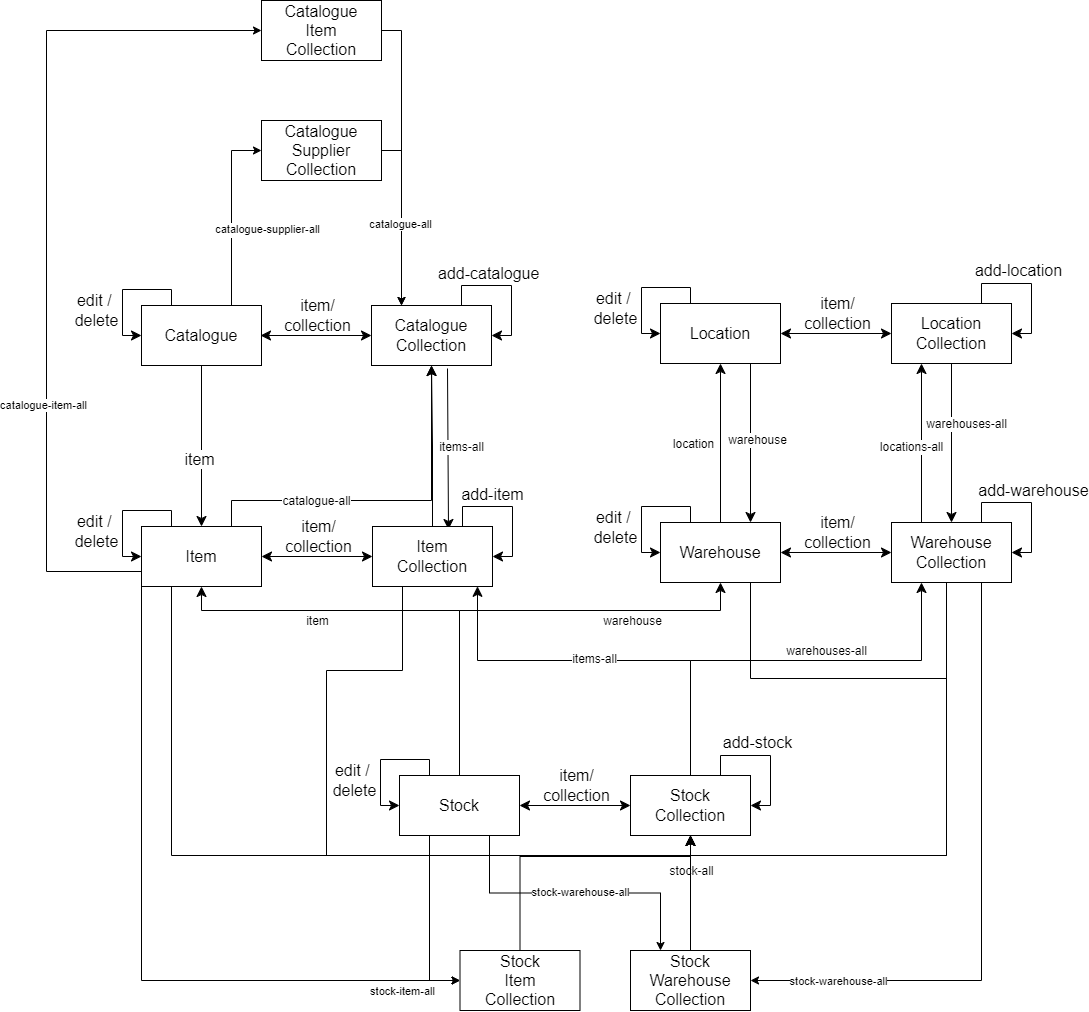
Above: images/Inventory_hypermedia.drawio.png in khacha329/PWP_CrustyCrabs (draw.io), before the change. Source tidied: cells renumbered, new cells last; positions are measured from the earlier drawing's top-left corner, leaving out a move shared by most shapes.
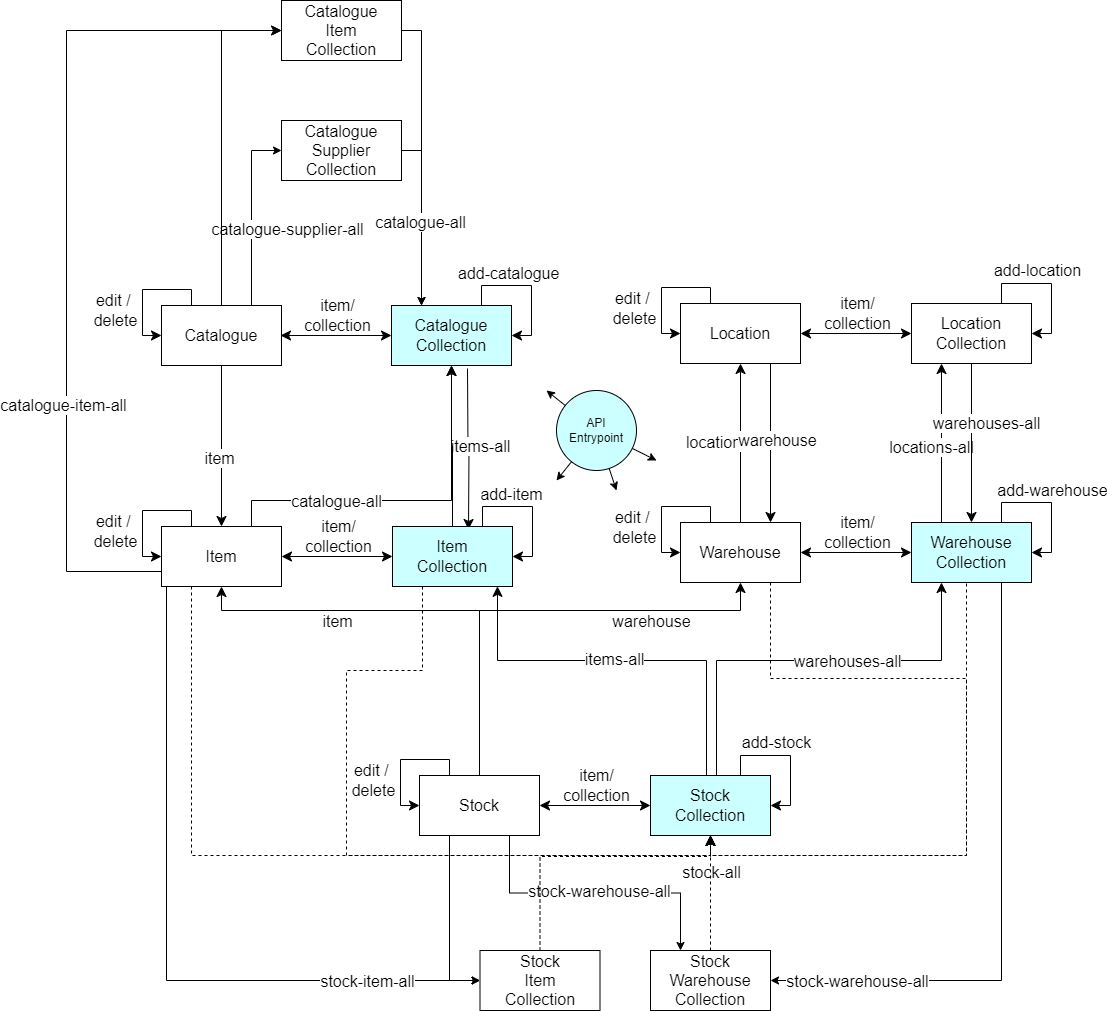
Above is the later version.

Commit message:
updated hypermedia diagram

The edit, as a diff of the source:
```diff
@@ -10,3 +10,3 @@
     </mxCell>
-    <mxCell id="3" value="items-all" style="edgeLabel;html=1;align=center;verticalAlign=middle;fontFamily=Helvetica;fontSize=12;fontColor=default;" parent="2" vertex="1">
+    <mxCell id="3" value="&lt;font style=&quot;font-size: 16px;&quot;&gt;items-all&lt;/font&gt;" style="edgeLabel;html=1;align=center;verticalAlign=middle;fontFamily=Helvetica;fontSize=12;fontColor=default;" parent="2" vertex="1">
       <mxGeometry x="-0.04" y="2" relative="1" as="geometry">
@@ -15,3 +15,3 @@
     </mxCell>
-    <mxCell id="4" value="Catalogue&lt;br&gt;Collection" style="rounded=0;whiteSpace=wrap;html=1;fontSize=16;" parent="1" vertex="1">
+    <mxCell id="4" value="Catalogue&lt;br&gt;Collection" style="rounded=0;whiteSpace=wrap;html=1;fontSize=16;fillColor=#CCFFFF;" parent="1" vertex="1">
       <mxGeometry x="325" y="305" width="120" height="60" as="geometry" />
@@ -36,6 +36,6 @@
     </mxCell>
-    <mxCell id="8" value="catalogue-all" style="edgeLabel;html=1;align=center;verticalAlign=middle;fontFamily=Helvetica;fontSize=12;fontColor=default;" parent="7" vertex="1">
+    <mxCell id="8" value="&lt;font style=&quot;font-size: 16px;&quot;&gt;catalogue-all&lt;/font&gt;" style="edgeLabel;html=1;align=center;verticalAlign=middle;fontFamily=Helvetica;fontSize=12;fontColor=default;" parent="7" vertex="1">
       <mxGeometry x="-0.39" relative="1" as="geometry" />
     </mxCell>
-    <mxCell id="9" style="edgeStyle=orthogonalEdgeStyle;shape=connector;rounded=0;jettySize=auto;html=1;exitX=0.25;exitY=1;exitDx=0;exitDy=0;entryX=0.5;entryY=1;entryDx=0;entryDy=0;labelBackgroundColor=default;strokeColor=default;align=center;verticalAlign=middle;fontFamily=Helvetica;fontSize=12;fontColor=default;endArrow=classic;startSize=8;endSize=8;" parent="1" edge="1" source="14" target="70">
+    <mxCell id="9" style="edgeStyle=orthogonalEdgeStyle;shape=connector;rounded=0;jettySize=auto;html=1;exitX=0.25;exitY=1;exitDx=0;exitDy=0;entryX=0.5;entryY=1;entryDx=0;entryDy=0;labelBackgroundColor=default;strokeColor=default;align=center;verticalAlign=middle;fontFamily=Helvetica;fontSize=12;fontColor=default;endArrow=classic;startSize=8;endSize=8;dashed=1;" parent="1" edge="1" source="14" target="70">
       <mxGeometry relative="1" as="geometry" />
@@ -50,3 +50,3 @@
     </mxCell>
-    <mxCell id="11" value="catalogue-item-all" style="edgeLabel;html=1;align=center;verticalAlign=middle;" parent="10" vertex="1">
+    <mxCell id="11" value="&lt;font style=&quot;font-size: 16px;&quot;&gt;catalogue-item-all&lt;/font&gt;" style="edgeLabel;html=1;align=center;verticalAlign=middle;" parent="10" vertex="1">
       <mxGeometry x="-0.38" y="4" relative="1" as="geometry" />
@@ -54,7 +54,12 @@
     <mxCell id="12" style="edgeStyle=orthogonalEdgeStyle;rounded=0;jettySize=auto;html=1;exitX=0;exitY=1;exitDx=0;exitDy=0;entryX=0;entryY=0.5;entryDx=0;entryDy=0;" parent="1" edge="1" source="14" target="90">
-      <mxGeometry relative="1" as="geometry" />
+      <mxGeometry relative="1" as="geometry">
+        <Array as="points">
+          <mxPoint x="100" y="586" />
+          <mxPoint x="100" y="980" />
+        </Array>
+      </mxGeometry>
     </mxCell>
-    <mxCell id="13" value="stock-item-all" style="edgeLabel;html=1;align=center;verticalAlign=middle;" parent="12" vertex="1">
+    <mxCell id="13" value="&lt;font style=&quot;font-size: 16px;&quot;&gt;stock-item-all&lt;/font&gt;" style="edgeLabel;html=1;align=center;verticalAlign=middle;" parent="12" vertex="1">
       <mxGeometry x="0.86" relative="1" as="geometry">
-        <mxPoint x="-9" y="10" as="offset" />
+        <mxPoint x="-64" as="offset" />
       </mxGeometry>
@@ -67,3 +72,3 @@
     </mxCell>
-    <mxCell id="16" style="edgeStyle=orthogonalEdgeStyle;shape=connector;rounded=0;jettySize=auto;html=1;exitX=0.25;exitY=1;exitDx=0;exitDy=0;entryX=0.5;entryY=1;entryDx=0;entryDy=0;labelBackgroundColor=default;strokeColor=default;align=center;verticalAlign=middle;fontFamily=Helvetica;fontSize=12;fontColor=default;endArrow=classic;startSize=8;endSize=8;" parent="1" edge="1" source="17" target="70">
+    <mxCell id="16" style="edgeStyle=orthogonalEdgeStyle;shape=connector;rounded=0;jettySize=auto;html=1;exitX=0.25;exitY=1;exitDx=0;exitDy=0;entryX=0.5;entryY=1;entryDx=0;entryDy=0;labelBackgroundColor=default;strokeColor=default;align=center;verticalAlign=middle;fontFamily=Helvetica;fontSize=12;fontColor=default;endArrow=classic;startSize=8;endSize=8;dashed=1;" parent="1" edge="1" source="17" target="70">
       <mxGeometry relative="1" as="geometry">
@@ -77,3 +82,3 @@
     </mxCell>
-    <mxCell id="17" value="Item&lt;br&gt;Collection" style="rounded=0;whiteSpace=wrap;html=1;fontSize=16;" parent="1" vertex="1">
+    <mxCell id="17" value="Item&lt;br&gt;Collection" style="rounded=0;whiteSpace=wrap;html=1;fontSize=16;fillColor=#CCFFFF;" parent="1" vertex="1">
       <mxGeometry x="326" y="526" width="120" height="60" as="geometry" />
@@ -118,3 +123,3 @@
     </mxCell>
-    <mxCell id="26" value="catalogue-supplier-all" style="edgeLabel;html=1;align=center;verticalAlign=middle;" parent="24" vertex="1">
+    <mxCell id="26" value="&lt;font style=&quot;font-size: 16px;&quot;&gt;catalogue-supplier-all&lt;/font&gt;" style="edgeLabel;html=1;align=center;verticalAlign=middle;" parent="24" vertex="1">
       <mxGeometry x="-0.16" y="-4" relative="1" as="geometry">
@@ -123,2 +128,5 @@
     </mxCell>
+    <mxCell id="93" style="edgeStyle=orthogonalEdgeStyle;rounded=0;jettySize=auto;html=1;exitX=0.5;exitY=0;exitDx=0;exitDy=0;entryX=0;entryY=0.5;entryDx=0;entryDy=0;fontSize=12;startSize=8;endSize=8;" parent="1" edge="1" source="27" target="83">
+      <mxGeometry relative="1" as="geometry" />
+    </mxCell>
     <mxCell id="27" value="Catalogue" style="rounded=0;whiteSpace=wrap;html=1;fontSize=16;" parent="1" vertex="1">
@@ -160,3 +168,3 @@
     </mxCell>
-    <mxCell id="36" value="Warehouse&lt;br&gt;Collection" style="rounded=0;whiteSpace=wrap;html=1;fontSize=16;" parent="34" vertex="1">
+    <mxCell id="36" value="Warehouse&lt;br&gt;Collection" style="rounded=0;whiteSpace=wrap;html=1;fontSize=16;fillColor=#CCFFFF;" parent="34" vertex="1">
       <mxGeometry x="250" y="16" width="120" height="60" as="geometry" />
@@ -235,3 +243,3 @@
     </mxCell>
-    <mxCell id="53" value="location" style="edgeLabel;html=1;align=center;verticalAlign=middle;fontFamily=Helvetica;fontSize=12;fontColor=default;" parent="52" vertex="1">
+    <mxCell id="53" value="&lt;font style=&quot;font-size: 16px;&quot;&gt;location&lt;/font&gt;" style="edgeLabel;html=1;align=center;verticalAlign=middle;fontFamily=Helvetica;fontSize=12;fontColor=default;" parent="52" vertex="1">
       <mxGeometry x="-0.01" relative="1" as="geometry">
@@ -243,3 +251,3 @@
     </mxCell>
-    <mxCell id="55" value="warehouse" style="edgeLabel;html=1;align=center;verticalAlign=middle;fontFamily=Helvetica;fontSize=12;fontColor=default;" parent="54" vertex="1">
+    <mxCell id="55" value="&lt;font style=&quot;font-size: 16px;&quot;&gt;warehouse&lt;/font&gt;" style="edgeLabel;html=1;align=center;verticalAlign=middle;fontFamily=Helvetica;fontSize=12;fontColor=default;" parent="54" vertex="1">
       <mxGeometry x="-0.08" y="-1" relative="1" as="geometry">
@@ -251,3 +259,3 @@
     </mxCell>
-    <mxCell id="57" value="locations-all" style="edgeLabel;html=1;align=center;verticalAlign=middle;fontFamily=Helvetica;fontSize=12;fontColor=default;" parent="56" vertex="1">
+    <mxCell id="57" value="&lt;font style=&quot;font-size: 16px;&quot;&gt;locations-all&lt;/font&gt;" style="edgeLabel;html=1;align=center;verticalAlign=middle;fontFamily=Helvetica;fontSize=12;fontColor=default;" parent="56" vertex="1">
       <mxGeometry x="-0.05" relative="1" as="geometry">
@@ -259,3 +267,3 @@
     </mxCell>
-    <mxCell id="59" value="warehouses-all" style="edgeLabel;html=1;align=center;verticalAlign=middle;fontFamily=Helvetica;fontSize=12;fontColor=default;" parent="58" vertex="1">
+    <mxCell id="59" value="&lt;font style=&quot;font-size: 16px;&quot;&gt;warehouses-all&lt;/font&gt;" style="edgeLabel;html=1;align=center;verticalAlign=middle;fontFamily=Helvetica;fontSize=12;fontColor=default;" parent="58" vertex="1">
       <mxGeometry x="-0.22" y="-2" relative="1" as="geometry">
@@ -272,3 +280,3 @@
     </mxCell>
-    <mxCell id="61" value="item" style="edgeLabel;html=1;align=center;verticalAlign=middle;fontFamily=Helvetica;fontSize=12;fontColor=default;" parent="60" vertex="1">
+    <mxCell id="61" value="&lt;font style=&quot;font-size: 16px;&quot;&gt;item&lt;/font&gt;" style="edgeLabel;html=1;align=center;verticalAlign=middle;fontFamily=Helvetica;fontSize=12;fontColor=default;" parent="60" vertex="1">
       <mxGeometry x="-0.01" y="-2" relative="1" as="geometry">
@@ -285,3 +293,3 @@
     </mxCell>
-    <mxCell id="63" value="warehouse" style="edgeLabel;html=1;align=center;verticalAlign=middle;fontFamily=Helvetica;fontSize=12;fontColor=default;" parent="62" vertex="1">
+    <mxCell id="63" value="&lt;font style=&quot;font-size: 16px;&quot;&gt;warehouse&lt;/font&gt;" style="edgeLabel;html=1;align=center;verticalAlign=middle;fontFamily=Helvetica;fontSize=12;fontColor=default;" parent="62" vertex="1">
       <mxGeometry x="0.62" y="3" relative="1" as="geometry">
@@ -296,3 +304,3 @@
     </mxCell>
-    <mxCell id="66" value="stock-warehouse-all" style="edgeLabel;html=1;align=center;verticalAlign=middle;" parent="65" vertex="1">
+    <mxCell id="66" value="&lt;font style=&quot;font-size: 16px;&quot;&gt;stock-warehouse-all&lt;/font&gt;" style="edgeLabel;html=1;align=center;verticalAlign=middle;" parent="65" vertex="1">
       <mxGeometry x="0.03" y="2" relative="1" as="geometry" />
@@ -305,3 +313,4 @@
         <Array as="points">
-          <mxPoint x="644" y="660" />
+          <mxPoint x="650" y="775" />
+          <mxPoint x="650" y="660" />
           <mxPoint x="875" y="660" />
@@ -310,8 +319,8 @@
     </mxCell>
-    <mxCell id="69" value="warehouses-all" style="edgeLabel;html=1;align=center;verticalAlign=middle;fontFamily=Helvetica;fontSize=12;fontColor=default;" parent="68" vertex="1">
+    <mxCell id="69" value="&lt;font style=&quot;font-size: 16px;&quot;&gt;warehouses-all&lt;/font&gt;" style="edgeLabel;html=1;align=center;verticalAlign=middle;fontFamily=Helvetica;fontSize=12;fontColor=default;" parent="68" vertex="1">
       <mxGeometry x="0.15" y="4" relative="1" as="geometry">
-        <mxPoint x="7" y="-6" as="offset" />
+        <mxPoint x="7" y="4" as="offset" />
       </mxGeometry>
     </mxCell>
-    <mxCell id="70" value="Stock&lt;br&gt;Collection" style="rounded=0;whiteSpace=wrap;html=1;fontSize=16;" parent="1" vertex="1">
+    <mxCell id="70" value="Stock&lt;br&gt;Collection" style="rounded=0;whiteSpace=wrap;html=1;fontSize=16;fillColor=#CCFFFF;" parent="1" vertex="1">
       <mxGeometry x="584" y="775" width="120" height="60" as="geometry" />
@@ -348,3 +357,3 @@
     </mxCell>
-    <mxCell id="77" style="edgeStyle=orthogonalEdgeStyle;shape=connector;rounded=0;jettySize=auto;html=1;exitX=0.5;exitY=1;exitDx=0;exitDy=0;entryX=0.5;entryY=1;entryDx=0;entryDy=0;labelBackgroundColor=default;strokeColor=default;align=center;verticalAlign=middle;fontFamily=Helvetica;fontSize=12;fontColor=default;endArrow=classic;startSize=8;endSize=8;" parent="1" edge="1" source="36" target="70">
+    <mxCell id="77" style="edgeStyle=orthogonalEdgeStyle;shape=connector;rounded=0;jettySize=auto;html=1;exitX=0.5;exitY=1;exitDx=0;exitDy=0;entryX=0.5;entryY=1;entryDx=0;entryDy=0;labelBackgroundColor=default;strokeColor=default;align=center;verticalAlign=middle;fontFamily=Helvetica;fontSize=12;fontColor=default;endArrow=classic;startSize=8;endSize=8;dashed=1;" parent="1" edge="1" source="36" target="70">
       <mxGeometry relative="1" as="geometry">
@@ -357,3 +366,3 @@
     </mxCell>
-    <mxCell id="78" value="stock-all" style="edgeLabel;html=1;align=center;verticalAlign=middle;fontFamily=Helvetica;fontSize=12;fontColor=default;" parent="77" vertex="1">
+    <mxCell id="78" value="&lt;font style=&quot;font-size: 16px;&quot;&gt;stock-all&lt;/font&gt;" style="edgeLabel;html=1;align=center;verticalAlign=middle;fontFamily=Helvetica;fontSize=12;fontColor=default;" parent="77" vertex="1">
       <mxGeometry x="0.94" y="1" relative="1" as="geometry">
@@ -362,3 +371,3 @@
     </mxCell>
-    <mxCell id="79" style="edgeStyle=orthogonalEdgeStyle;shape=connector;rounded=0;jettySize=auto;html=1;exitX=0.75;exitY=1;exitDx=0;exitDy=0;entryX=0.5;entryY=1;entryDx=0;entryDy=0;labelBackgroundColor=default;strokeColor=default;align=center;verticalAlign=middle;fontFamily=Helvetica;fontSize=12;fontColor=default;endArrow=classic;startSize=8;endSize=8;" parent="1" edge="1" source="35" target="70">
+    <mxCell id="79" style="edgeStyle=orthogonalEdgeStyle;shape=connector;rounded=0;jettySize=auto;html=1;exitX=0.75;exitY=1;exitDx=0;exitDy=0;entryX=0.5;entryY=1;entryDx=0;entryDy=0;labelBackgroundColor=default;strokeColor=default;align=center;verticalAlign=middle;fontFamily=Helvetica;fontSize=12;fontColor=default;endArrow=classic;startSize=8;endSize=8;dashed=1;" parent="1" edge="1" source="35" target="70">
       <mxGeometry relative="1" as="geometry">
@@ -375,3 +384,4 @@
         <Array as="points">
-          <mxPoint x="644" y="660" />
+          <mxPoint x="640" y="775" />
+          <mxPoint x="640" y="660" />
           <mxPoint x="431" y="660" />
@@ -380,3 +390,3 @@
     </mxCell>
-    <mxCell id="81" value="items-all" style="edgeLabel;html=1;align=center;verticalAlign=middle;fontFamily=Helvetica;fontSize=12;fontColor=default;" parent="80" vertex="1">
+    <mxCell id="81" value="&lt;font style=&quot;font-size: 16px;&quot;&gt;items-all&lt;/font&gt;" style="edgeLabel;html=1;align=center;verticalAlign=middle;fontFamily=Helvetica;fontSize=12;fontColor=default;" parent="80" vertex="1">
       <mxGeometry x="0.05" y="-2" relative="1" as="geometry" />
@@ -392,3 +402,3 @@
     </mxCell>
-    <mxCell id="85" value="catalogue-all" style="edgeLabel;html=1;align=center;verticalAlign=middle;" parent="84" vertex="1">
+    <mxCell id="85" value="&lt;font style=&quot;font-size: 16px;&quot;&gt;catalogue-all&lt;/font&gt;" style="edgeLabel;html=1;align=center;verticalAlign=middle;" parent="84" vertex="1">
       <mxGeometry x="0.04" relative="1" as="geometry">
@@ -400,3 +410,3 @@
     </mxCell>
-    <mxCell id="87" style="edgeStyle=orthogonalEdgeStyle;rounded=0;jettySize=auto;html=1;exitX=0.5;exitY=0;exitDx=0;exitDy=0;entryX=0.5;entryY=1;entryDx=0;entryDy=0;" parent="1" edge="1" source="88" target="70">
+    <mxCell id="87" style="edgeStyle=orthogonalEdgeStyle;rounded=0;jettySize=auto;html=1;exitX=0.5;exitY=0;exitDx=0;exitDy=0;entryX=0.5;entryY=1;entryDx=0;entryDy=0;dashed=1;" parent="1" edge="1" source="88" target="70">
       <mxGeometry relative="1" as="geometry" />
@@ -406,3 +416,3 @@
     </mxCell>
-    <mxCell id="89" style="edgeStyle=orthogonalEdgeStyle;rounded=0;jettySize=auto;html=1;exitX=0.5;exitY=0;exitDx=0;exitDy=0;" parent="1" edge="1" source="90" target="70">
+    <mxCell id="89" style="edgeStyle=orthogonalEdgeStyle;rounded=0;jettySize=auto;html=1;exitX=0.5;exitY=0;exitDx=0;exitDy=0;dashed=1;" parent="1" edge="1" source="90" target="70">
       <mxGeometry relative="1" as="geometry">
@@ -420,3 +430,3 @@
     </mxCell>
-    <mxCell id="92" value="stock-warehouse-all" style="edgeLabel;html=1;align=center;verticalAlign=middle;" parent="91" vertex="1">
+    <mxCell id="92" value="&lt;font style=&quot;font-size: 16px;&quot;&gt;stock-warehouse-all&lt;/font&gt;" style="edgeLabel;html=1;align=center;verticalAlign=middle;" parent="91" vertex="1">
       <mxGeometry x="0.82" y="-2" relative="1" as="geometry">
@@ -425,2 +435,25 @@
     </mxCell>
+    <mxCell id="94" value="API&lt;div&gt;Entrypoint&lt;/div&gt;" style="ellipse;whiteSpace=wrap;html=1;fillColor=#CCFFFF;" parent="1" vertex="1">
+      <mxGeometry x="490" y="390" width="80" height="80" as="geometry" />
+    </mxCell>
+    <mxCell id="95" style="endArrow=classic;html=1;rounded=0;" parent="1" edge="1" source="94">
+      <mxGeometry relative="1" as="geometry">
+        <mxPoint x="490" y="480" as="targetPoint" />
+      </mxGeometry>
+    </mxCell>
+    <mxCell id="96" style="endArrow=classic;html=1;rounded=0;" parent="1" edge="1" source="94">
+      <mxGeometry relative="1" as="geometry">
+        <mxPoint x="480" y="390" as="targetPoint" />
+      </mxGeometry>
+    </mxCell>
+    <mxCell id="97" style="endArrow=classic;html=1;rounded=0;" parent="1" edge="1" source="94">
+      <mxGeometry relative="1" as="geometry">
+        <mxPoint x="590" y="460" as="targetPoint" />
+      </mxGeometry>
+    </mxCell>
+    <mxCell id="98" style="endArrow=classic;html=1;rounded=0;" parent="1" edge="1" source="94">
+      <mxGeometry relative="1" as="geometry">
+        <mxPoint x="550" y="490" as="targetPoint" />
+      </mxGeometry>
+    </mxCell>
   </root>
```
